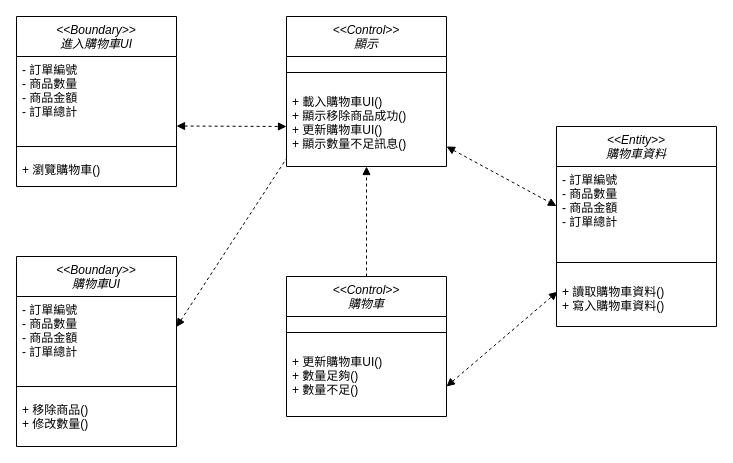
The draw.io diagram 購物車類別圖0515.drawio in odcs0320/blog, before the edit. Source tidied: cells renumbered, new cells numbered last; positions are measured from the earlier drawing's top-left corner, leaving out a move shared by most shapes. Both pictures are drawn from the tidied source at 100%, with x=0, y=0 at pixel (16, 16).
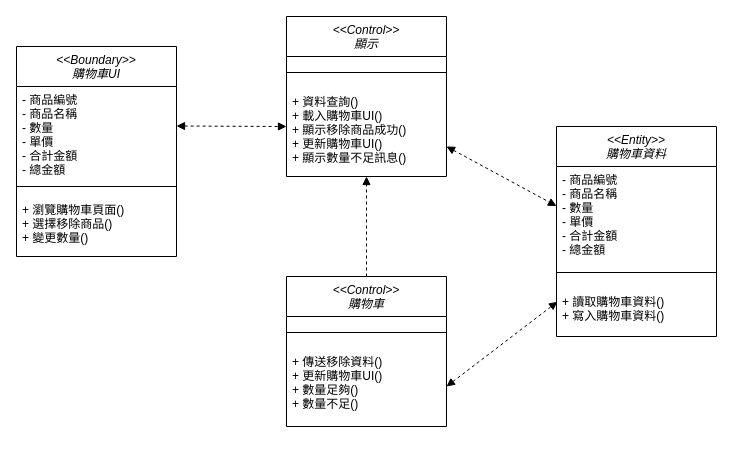
After the change.

Commit message:
更新購物車類別圖0515.drawio

What changed in the source:
```diff
@@
-    <mxCell id="2" value="&lt;&lt;Boundary&gt;&gt;&#10;進入購物車UI" style="swimlane;fontStyle=2;align=center;verticalAlign=top;horizontal=1;startSize=40;rounded=0;shadow=0;strokeWidth=1;" parent="1" vertex="1">
-      <mxGeometry width="160" height="170" as="geometry" />
-    </mxCell>
-    <mxCell id="3" value="- 訂單編號&#10;- 商品數量&#10;- 商品金額&#10;- 訂單總計" style="text;align=left;verticalAlign=top;spacingLeft=4;spacingRight=4;overflow=hidden;rounded=0;shadow=0;html=0;" parent="2" vertex="1">
-      <mxGeometry y="40" width="160" height="80" as="geometry" />
-    </mxCell>
-    <mxCell id="4" style="line;html=1;strokeWidth=1;align=left;verticalAlign=middle;spacingTop=-1;spacingLeft=3;spacingRight=3;labelPosition=right;" parent="2" vertex="1">
-      <mxGeometry y="120" width="160" height="20" as="geometry" />
-    </mxCell>
-    <mxCell id="5" value="+ 瀏覽購物車()&#10;" style="text;align=left;verticalAlign=top;spacingLeft=4;spacingRight=4;overflow=hidden;rounded=0;shadow=0;html=0;" parent="2" vertex="1">
-      <mxGeometry y="140" width="160" height="30" as="geometry" />
-    </mxCell>
     <mxCell id="6" value="&lt;&lt;Boundary&gt;&gt;&#10;購物車UI" style="swimlane;fontStyle=2;align=center;verticalAlign=top;horizontal=1;startSize=40;rounded=0;shadow=0;strokeWidth=1;" parent="1" vertex="1">
-      <mxGeometry y="240" width="160" height="190" as="geometry" />
+      <mxGeometry y="30" width="160" height="210" as="geometry" />
     </mxCell>
-    <mxCell id="7" value="- 訂單編號&#10;- 商品數量&#10;- 商品金額&#10;- 訂單總計" style="text;align=left;verticalAlign=top;spacingLeft=4;spacingRight=4;overflow=hidden;rounded=0;shadow=0;html=0;" parent="6" vertex="1">
-      <mxGeometry y="40" width="160" height="80" as="geometry" />
+    <mxCell id="7" value="- 商品編號&#10;- 商品名稱&#10;- 數量&#10;- 單價&#10;- 合計金額&#10;- 總金額" style="text;align=left;verticalAlign=top;spacingLeft=4;spacingRight=4;overflow=hidden;rounded=0;shadow=0;html=0;" parent="6" vertex="1">
+      <mxGeometry y="40" width="160" height="90" as="geometry" />
     </mxCell>
     <mxCell id="8" style="line;html=1;strokeWidth=1;align=left;verticalAlign=middle;spacingTop=-1;spacingLeft=3;spacingRight=3;labelPosition=right;" parent="6" vertex="1">
-      <mxGeometry y="120" width="160" height="20" as="geometry" />
+      <mxGeometry y="130" width="160" height="20" as="geometry" />
     </mxCell>
-    <mxCell id="9" value="+ 移除商品()&#10;+ 修改數量()&#10;" style="text;align=left;verticalAlign=top;spacingLeft=4;spacingRight=4;overflow=hidden;rounded=0;shadow=0;html=0;" parent="6" vertex="1">
-      <mxGeometry y="140" width="160" height="38" as="geometry" />
+    <mxCell id="9" value="+ 瀏覽購物車頁面()&#10;+ 選擇移除商品()&#10;+ 變更數量()&#10;" style="text;align=left;verticalAlign=top;spacingLeft=4;spacingRight=4;overflow=hidden;rounded=0;shadow=0;html=0;" parent="6" vertex="1">
+      <mxGeometry y="150" width="160" height="60" as="geometry" />
     </mxCell>
     <mxCell id="10" value="&lt;&lt;Control&gt;&gt;&#10;顯示" style="swimlane;fontStyle=2;align=center;verticalAlign=top;horizontal=1;startSize=40;rounded=0;shadow=0;strokeWidth=1;" parent="1" vertex="1">
-      <mxGeometry x="270" width="160" height="150" as="geometry" />
+      <mxGeometry x="270" width="160" height="160" as="geometry" />
     </mxCell>
@@
-    <mxCell id="12" value="+ 載入購物車UI()&#10;+ 顯示移除商品成功()&#10;+ 更新購物車UI()&#10;+ 顯示數量不足訊息()" style="text;align=left;verticalAlign=top;spacingLeft=4;spacingRight=4;overflow=hidden;points=[[0,0.5],[1,0.5]];portConstraint=eastwest;rounded=0;shadow=0;html=0;" parent="10" vertex="1">
-      <mxGeometry y="72" width="160" height="68" as="geometry" />
+    <mxCell id="12" value="+ 資料查詢()&#10;+ 載入購物車UI()&#10;+ 顯示移除商品成功()&#10;+ 更新購物車UI()&#10;+ 顯示數量不足訊息()" style="text;align=left;verticalAlign=top;spacingLeft=4;spacingRight=4;overflow=hidden;points=[[0,0.5],[1,0.5]];portConstraint=eastwest;rounded=0;shadow=0;html=0;" parent="10" vertex="1">
+      <mxGeometry y="72" width="160" height="88" as="geometry" />
     </mxCell>
     <mxCell id="13" value="&lt;&lt;Control&gt;&gt;&#10;購物車" style="swimlane;fontStyle=2;align=center;verticalAlign=top;horizontal=1;startSize=40;rounded=0;shadow=0;strokeWidth=1;" parent="1" vertex="1">
-      <mxGeometry x="270" y="260" width="160" height="140" as="geometry" />
+      <mxGeometry x="270" y="260" width="160" height="150" as="geometry" />
     </mxCell>
@@
-    <mxCell id="15" value="+ 更新購物車UI()&#10;+ 數量足夠()&#10;+ 數量不足()" style="text;align=left;verticalAlign=top;spacingLeft=4;spacingRight=4;overflow=hidden;rounded=0;shadow=0;html=0;" parent="13" vertex="1">
-      <mxGeometry y="72" width="160" height="68" as="geometry" />
+    <mxCell id="15" value="+ 傳送移除資料()&#10;+ 更新購物車UI()&#10;+ 數量足夠()&#10;+ 數量不足()" style="text;align=left;verticalAlign=top;spacingLeft=4;spacingRight=4;overflow=hidden;rounded=0;shadow=0;html=0;" parent="13" vertex="1">
+      <mxGeometry y="72" width="160" height="78" as="geometry" />
     </mxCell>
     <mxCell id="16" value="&lt;&lt;Entity&gt;&gt;&#10;購物車資料" style="swimlane;fontStyle=2;align=center;verticalAlign=top;horizontal=1;startSize=40;rounded=0;shadow=0;strokeWidth=1;" parent="1" vertex="1">
-      <mxGeometry x="540" y="110" width="160" height="200" as="geometry" />
+      <mxGeometry x="540" y="110" width="160" height="210" as="geometry" />
     </mxCell>
-    <mxCell id="17" value="- 訂單編號&#10;- 商品數量&#10;- 商品金額&#10;- 訂單總計" style="text;align=left;verticalAlign=top;spacingLeft=4;spacingRight=4;overflow=hidden;rounded=0;shadow=0;html=0;" parent="16" vertex="1">
-      <mxGeometry y="40" width="160" height="80" as="geometry" />
+    <mxCell id="17" value="- 商品編號&#10;- 商品名稱&#10;- 數量&#10;- 單價&#10;- 合計金額&#10;- 總金額" style="text;align=left;verticalAlign=top;spacingLeft=4;spacingRight=4;overflow=hidden;rounded=0;shadow=0;html=0;" parent="16" vertex="1">
+      <mxGeometry y="40" width="160" height="90" as="geometry" />
     </mxCell>
     <mxCell id="18" style="line;html=1;strokeWidth=1;align=left;verticalAlign=middle;spacingTop=-1;spacingLeft=3;spacingRight=3;labelPosition=right;" parent="16" vertex="1">
-      <mxGeometry y="120" width="160" height="32" as="geometry" />
+      <mxGeometry y="130" width="160" height="32" as="geometry" />
     </mxCell>
     <mxCell id="19" value="+ 讀取購物車資料()&#10;+ 寫入購物車資料()" style="text;align=left;verticalAlign=top;spacingLeft=4;spacingRight=4;overflow=hidden;points=[[0,0.5],[1,0.5]];portConstraint=eastwest;rounded=0;shadow=0;html=0;" parent="16" vertex="1">
-      <mxGeometry y="152" width="160" height="48" as="geometry" />
+      <mxGeometry y="162" width="160" height="48" as="geometry" />
     </mxCell>
@@
-    <mxCell id="21" style="endArrow=none;startArrow=block;endFill=0;startFill=1;html=1;rounded=0;exitX=1;exitY=0.5;exitDx=0;exitDy=0;dashed=1;entryX=0;entryY=1.029;entryDx=0;entryDy=0;entryPerimeter=0;" parent="1" edge="1" target="12">
-      <mxGeometry relative="1" as="geometry">
-        <mxPoint x="160" y="310.5" as="sourcePoint" />
-      </mxGeometry>
-    </mxCell>
```
